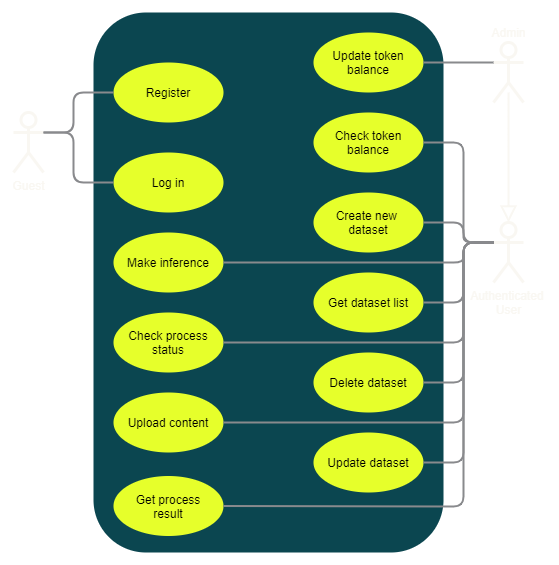
leobordo/ProgPA keeps this draw.io diagram as Documentation/Use_case_diagram.png. Above is the earlier version. Source tidied: cells renumbered, new cells last; positions are measured from the earlier drawing's top-left corner, leaving out a move shared by most shapes.
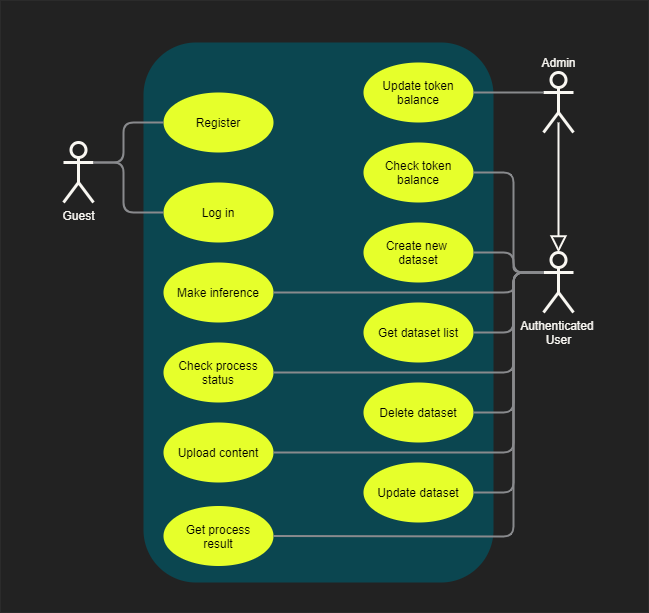
Above is the later version.

The edit, as a diff of the source:
```diff
@@ -2,6 +2,9 @@
   <root>
     <mxCell id="0" />
     <mxCell id="1" parent="0" />
+    <mxCell id="32" style="rounded=0;whiteSpace=wrap;html=1;strokeColor=none;fillColor=#222222;" parent="1" vertex="1">
+      <mxGeometry x="-63" y="-42" width="648" height="612" as="geometry" />
+    </mxCell>
     <mxCell id="2" value="&lt;font color=&quot;#f9f7f2&quot;&gt;Authenticated &lt;br&gt;User&lt;/font&gt;" style="shape=umlActor;verticalLabelPosition=bottom;verticalAlign=top;html=1;outlineConnect=0;strokeWidth=3;strokeColor=#F9F7F2;fillColor=none;" parent="1" vertex="1">
       <mxGeometry x="480" y="210" width="30" height="60" as="geometry" />
     </mxCell>
```
